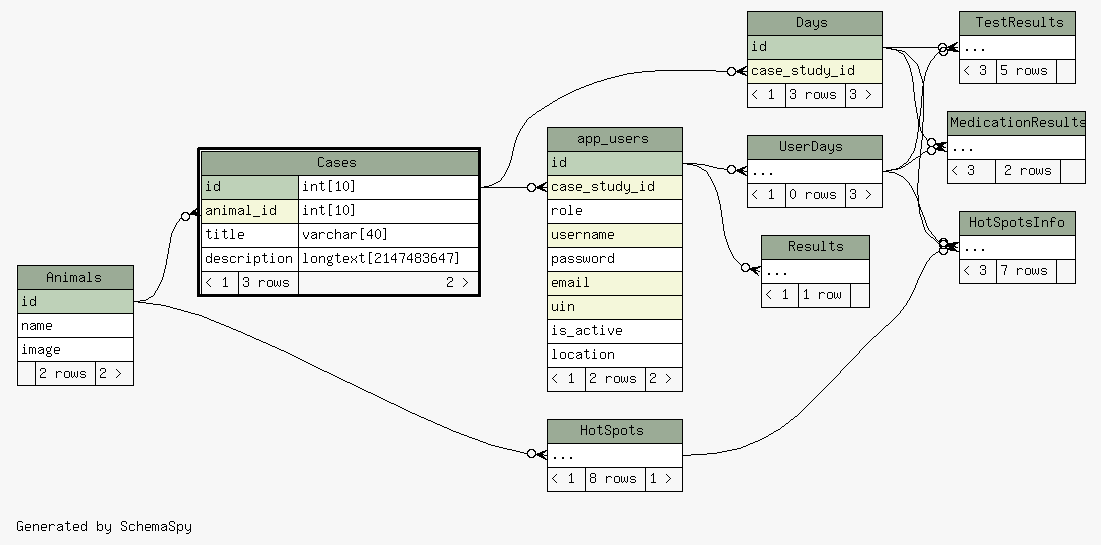
The Graphviz diagram web/files/schema/diagrams/Cases.2degrees.png in carrel2/CaseStudies, before a commit. Its source is kept beside it as web/files/schema/diagrams/Cases.2degrees.dot. Its diagram source:
```dot
digraph "twoDegreesRelationshipsDiagram" {
  graph [
    rankdir="RL"
    bgcolor="#f7f7f7"
    label="\nGenerated by SchemaSpy"
    labeljust="l"
    nodesep="0.18"
    ranksep="0.46"
    fontname="Helvetica"
    fontsize="11"
  ];
  node [
    fontname="Helvetica"
    fontsize="11"
    shape="plaintext"
  ];
  edge [
    arrowsize="0.8"
  ];
  "app_users":"case_study_id":w -> "Cases":"id.type":e [arrowhead=none dir=back arrowtail=crowodot];
  "Cases":"animal_id":w -> "Animals":"id":e [arrowhead=none dir=back arrowtail=crowodot];
  "Days":"case_study_id":w -> "Cases":"id.type":e [arrowhead=none dir=back arrowtail=crowodot];
  "HotSpots":"elipses":w -> "Animals":"id":e [arrowhead=none dir=back arrowtail=crowodot];
  "HotSpotsInfo":"elipses":w -> "Days":"id":e [arrowhead=none dir=back arrowtail=crowodot];
  "HotSpotsInfo":"elipses":w -> "HotSpots":"elipses":e [arrowhead=none dir=back arrowtail=crowodot];
  "HotSpotsInfo":"elipses":w -> "UserDays":"elipses":e [arrowhead=none dir=back arrowtail=crowodot];
  "MedicationResults":"elipses":w -> "Days":"id":e [arrowhead=none dir=back arrowtail=crowodot];
  "MedicationResults":"elipses":w -> "UserDays":"elipses":e [arrowhead=none dir=back arrowtail=crowodot];
  "Results":"elipses":w -> "app_users":"id":e [arrowhead=none dir=back arrowtail=crowodot];
  "TestResults":"elipses":w -> "Days":"id":e [arrowhead=none dir=back arrowtail=crowodot];
  "TestResults":"elipses":w -> "UserDays":"elipses":e [arrowhead=none dir=back arrowtail=crowodot];
  "UserDays":"elipses":w -> "app_users":"id":e [arrowhead=none dir=back arrowtail=crowodot];
  "Animals" [
    label=<
    <TABLE BORDER="0" CELLBORDER="1" CELLSPACING="0" BGCOLOR="#ffffff">
      <TR><TD COLSPAN="3" BGCOLOR="#9bab96" ALIGN="CENTER">Animals</TD></TR>
      <TR><TD PORT="id" COLSPAN="3" BGCOLOR="#bed1b8" ALIGN="LEFT">id</TD></TR>
      <TR><TD PORT="name" COLSPAN="3" ALIGN="LEFT">name</TD></TR>
      <TR><TD PORT="image" COLSPAN="3" ALIGN="LEFT">image</TD></TR>
      <TR><TD ALIGN="LEFT" BGCOLOR="#f7f7f7">  </TD><TD ALIGN="RIGHT" BGCOLOR="#f7f7f7">2 rows</TD><TD ALIGN="RIGHT" BGCOLOR="#f7f7f7">2 &gt;</TD></TR>
    </TABLE>>
    URL="Animals.html"
    tooltip="Animals"
  ];
  "app_users" [
    label=<
    <TABLE BORDER="0" CELLBORDER="1" CELLSPACING="0" BGCOLOR="#ffffff">
      <TR><TD COLSPAN="3" BGCOLOR="#9bab96" ALIGN="CENTER">app_users</TD></TR>
      <TR><TD PORT="id" COLSPAN="3" BGCOLOR="#bed1b8" ALIGN="LEFT">id</TD></TR>
      <TR><TD PORT="case_study_id" COLSPAN="3" BGCOLOR="#f4f7da" ALIGN="LEFT">case_study_id</TD></TR>
      <TR><TD PORT="role" COLSPAN="3" ALIGN="LEFT">role</TD></TR>
      <TR><TD PORT="username" COLSPAN="3" BGCOLOR="#f4f7da" ALIGN="LEFT">username</TD></TR>
      <TR><TD PORT="password" COLSPAN="3" ALIGN="LEFT">password</TD></TR>
      <TR><TD PORT="email" COLSPAN="3" BGCOLOR="#f4f7da" ALIGN="LEFT">email</TD></TR>
      <TR><TD PORT="uin" COLSPAN="3" BGCOLOR="#f4f7da" ALIGN="LEFT">uin</TD></TR>
      <TR><TD PORT="is_active" COLSPAN="3" ALIGN="LEFT">is_active</TD></TR>
      <TR><TD PORT="location" COLSPAN="3" ALIGN="LEFT">location</TD></TR>
      <TR><TD ALIGN="LEFT" BGCOLOR="#f7f7f7">&lt; 1</TD><TD ALIGN="RIGHT" BGCOLOR="#f7f7f7">2 rows</TD><TD ALIGN="RIGHT" BGCOLOR="#f7f7f7">2 &gt;</TD></TR>
    </TABLE>>
    URL="app_users.html"
    tooltip="app_users"
  ];
  "Cases" [
    label=<
    <TABLE BORDER="2" CELLBORDER="1" CELLSPACING="0" BGCOLOR="#ffffff">
      <TR><TD COLSPAN="3" BGCOLOR="#9bab96" ALIGN="CENTER">Cases</TD></TR>
      <TR><TD PORT="id" COLSPAN="2" BGCOLOR="#bed1b8" ALIGN="LEFT">id</TD><TD PORT="id.type" ALIGN="LEFT">int[10]</TD></TR>
      <TR><TD PORT="animal_id" COLSPAN="2" BGCOLOR="#f4f7da" ALIGN="LEFT">animal_id</TD><TD PORT="animal_id.type" ALIGN="LEFT">int[10]</TD></TR>
      <TR><TD PORT="title" COLSPAN="2" ALIGN="LEFT">title</TD><TD PORT="title.type" ALIGN="LEFT">varchar[40]</TD></TR>
      <TR><TD PORT="description" COLSPAN="2" ALIGN="LEFT">description</TD><TD PORT="description.type" ALIGN="LEFT">longtext[2147483647]</TD></TR>
      <TR><TD ALIGN="LEFT" BGCOLOR="#f7f7f7">&lt; 1</TD><TD ALIGN="RIGHT" BGCOLOR="#f7f7f7">3 rows</TD><TD ALIGN="RIGHT" BGCOLOR="#f7f7f7">2 &gt;</TD></TR>
    </TABLE>>
    URL="Cases.html"
    tooltip="Cases"
  ];
  "Days" [
    label=<
    <TABLE BORDER="0" CELLBORDER="1" CELLSPACING="0" BGCOLOR="#ffffff">
      <TR><TD COLSPAN="3" BGCOLOR="#9bab96" ALIGN="CENTER">Days</TD></TR>
      <TR><TD PORT="id" COLSPAN="3" BGCOLOR="#bed1b8" ALIGN="LEFT">id</TD></TR>
      <TR><TD PORT="case_study_id" COLSPAN="3" BGCOLOR="#f4f7da" ALIGN="LEFT">case_study_id</TD></TR>
      <TR><TD ALIGN="LEFT" BGCOLOR="#f7f7f7">&lt; 1</TD><TD ALIGN="RIGHT" BGCOLOR="#f7f7f7">3 rows</TD><TD ALIGN="RIGHT" BGCOLOR="#f7f7f7">3 &gt;</TD></TR>
    </TABLE>>
    URL="Days.html"
    tooltip="Days"
  ];
  "HotSpots" [
    label=<
    <TABLE BORDER="0" CELLBORDER="1" CELLSPACING="0" BGCOLOR="#ffffff">
      <TR><TD COLSPAN="3" BGCOLOR="#9bab96" ALIGN="CENTER">HotSpots</TD></TR>
      <TR><TD PORT="elipses" COLSPAN="3" ALIGN="LEFT">...</TD></TR>
      <TR><TD ALIGN="LEFT" BGCOLOR="#f7f7f7">&lt; 1</TD><TD ALIGN="RIGHT" BGCOLOR="#f7f7f7">8 rows</TD><TD ALIGN="RIGHT" BGCOLOR="#f7f7f7">1 &gt;</TD></TR>
    </TABLE>>
    URL="HotSpots.html"
    tooltip="HotSpots"
  ];
  "HotSpotsInfo" [
    label=<
    <TABLE BORDER="0" CELLBORDER="1" CELLSPACING="0" BGCOLOR="#ffffff">
      <TR><TD COLSPAN="3" BGCOLOR="#9bab96" ALIGN="CENTER">HotSpotsInfo</TD></TR>
      <TR><TD PORT="elipses" COLSPAN="3" ALIGN="LEFT">...</TD></TR>
      <TR><TD ALIGN="LEFT" BGCOLOR="#f7f7f7">&lt; 3</TD><TD ALIGN="RIGHT" BGCOLOR="#f7f7f7">7 rows</TD><TD ALIGN="RIGHT" BGCOLOR="#f7f7f7">  </TD></TR>
    </TABLE>>
    URL="HotSpotsInfo.html"
    tooltip="HotSpotsInfo"
  ];
  "MedicationResults" [
    label=<
    <TABLE BORDER="0" CELLBORDER="1" CELLSPACING="0" BGCOLOR="#ffffff">
      <TR><TD COLSPAN="3" BGCOLOR="#9bab96" ALIGN="CENTER">MedicationResults</TD></TR>
      <TR><TD PORT="elipses" COLSPAN="3" ALIGN="LEFT">...</TD></TR>
      <TR><TD ALIGN="LEFT" BGCOLOR="#f7f7f7">&lt; 3</TD><TD ALIGN="RIGHT" BGCOLOR="#f7f7f7">2 rows</TD><TD ALIGN="RIGHT" BGCOLOR="#f7f7f7">  </TD></TR>
    </TABLE>>
    URL="MedicationResults.html"
    tooltip="MedicationResults"
  ];
  "Results" [
    label=<
    <TABLE BORDER="0" CELLBORDER="1" CELLSPACING="0" BGCOLOR="#ffffff">
      <TR><TD COLSPAN="3" BGCOLOR="#9bab96" ALIGN="CENTER">Results</TD></TR>
      <TR><TD PORT="elipses" COLSPAN="3" ALIGN="LEFT">...</TD></TR>
      <TR><TD ALIGN="LEFT" BGCOLOR="#f7f7f7">&lt; 1</TD><TD ALIGN="RIGHT" BGCOLOR="#f7f7f7">1 row</TD><TD ALIGN="RIGHT" BGCOLOR="#f7f7f7">  </TD></TR>
    </TABLE>>
    URL="Results.html"
    tooltip="Results"
  ];
  "TestResults" [
    label=<
    <TABLE BORDER="0" CELLBORDER="1" CELLSPACING="0" BGCOLOR="#ffffff">
      <TR><TD COLSPAN="3" BGCOLOR="#9bab96" ALIGN="CENTER">TestResults</TD></TR>
      <TR><TD PORT="elipses" COLSPAN="3" ALIGN="LEFT">...</TD></TR>
      <TR><TD ALIGN="LEFT" BGCOLOR="#f7f7f7">&lt; 3</TD><TD ALIGN="RIGHT" BGCOLOR="#f7f7f7">5 rows</TD><TD ALIGN="RIGHT" BGCOLOR="#f7f7f7">  </TD></TR>
    </TABLE>>
    URL="TestResults.html"
    tooltip="TestResults"
  ];
  "UserDays" [
    label=<
    <TABLE BORDER="0" CELLBORDER="1" CELLSPACING="0" BGCOLOR="#ffffff">
      <TR><TD COLSPAN="3" BGCOLOR="#9bab96" ALIGN="CENTER">UserDays</TD></TR>
      <TR><TD PORT="elipses" COLSPAN="3" ALIGN="LEFT">...</TD></TR>
      <TR><TD ALIGN="LEFT" BGCOLOR="#f7f7f7">&lt; 1</TD><TD ALIGN="RIGHT" BGCOLOR="#f7f7f7">0 rows</TD><TD ALIGN="RIGHT" BGCOLOR="#f7f7f7">3 &gt;</TD></TR>
    </TABLE>>
    URL="UserDays.html"
    tooltip="UserDays"
  ];
}
```
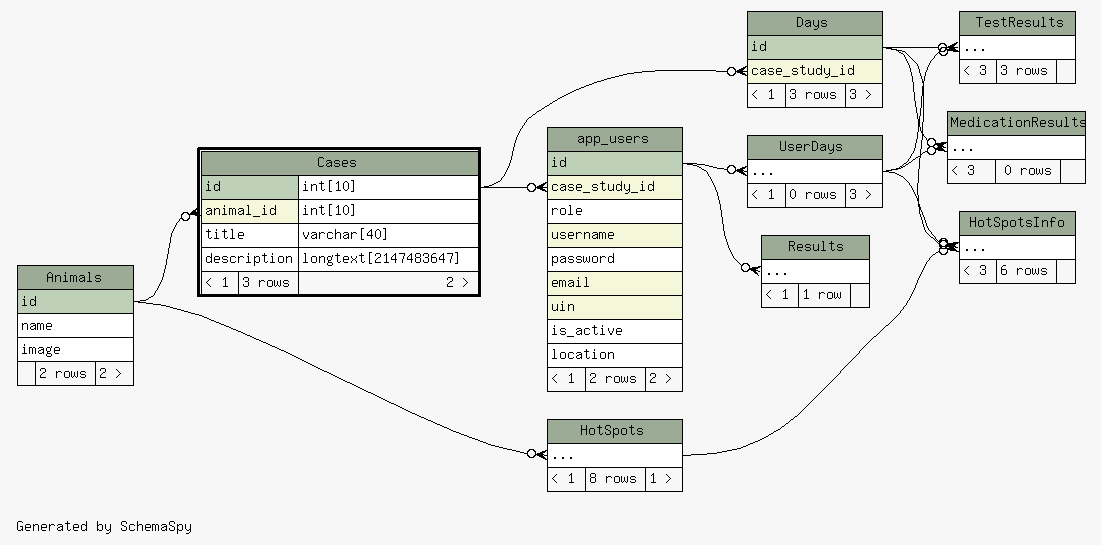
The same file after the commit.

Diff of the diagram source:
```diff
@@ -99,7 +99,7 @@
     <TABLE BORDER="0" CELLBORDER="1" CELLSPACING="0" BGCOLOR="#ffffff">
       <TR><TD COLSPAN="3" BGCOLOR="#9bab96" ALIGN="CENTER">HotSpotsInfo</TD></TR>
       <TR><TD PORT="elipses" COLSPAN="3" ALIGN="LEFT">...</TD></TR>
-      <TR><TD ALIGN="LEFT" BGCOLOR="#f7f7f7">&lt; 3</TD><TD ALIGN="RIGHT" BGCOLOR="#f7f7f7">7 rows</TD><TD ALIGN="RIGHT" BGCOLOR="#f7f7f7">  </TD></TR>
+      <TR><TD ALIGN="LEFT" BGCOLOR="#f7f7f7">&lt; 3</TD><TD ALIGN="RIGHT" BGCOLOR="#f7f7f7">6 rows</TD><TD ALIGN="RIGHT" BGCOLOR="#f7f7f7">  </TD></TR>
     </TABLE>>
     URL="HotSpotsInfo.html"
     tooltip="HotSpotsInfo"
@@ -109,7 +109,7 @@
     <TABLE BORDER="0" CELLBORDER="1" CELLSPACING="0" BGCOLOR="#ffffff">
       <TR><TD COLSPAN="3" BGCOLOR="#9bab96" ALIGN="CENTER">MedicationResults</TD></TR>
       <TR><TD PORT="elipses" COLSPAN="3" ALIGN="LEFT">...</TD></TR>
-      <TR><TD ALIGN="LEFT" BGCOLOR="#f7f7f7">&lt; 3</TD><TD ALIGN="RIGHT" BGCOLOR="#f7f7f7">2 rows</TD><TD ALIGN="RIGHT" BGCOLOR="#f7f7f7">  </TD></TR>
+      <TR><TD ALIGN="LEFT" BGCOLOR="#f7f7f7">&lt; 3</TD><TD ALIGN="RIGHT" BGCOLOR="#f7f7f7">0 rows</TD><TD ALIGN="RIGHT" BGCOLOR="#f7f7f7">  </TD></TR>
     </TABLE>>
     URL="MedicationResults.html"
     tooltip="MedicationResults"
@@ -129,7 +129,7 @@
     <TABLE BORDER="0" CELLBORDER="1" CELLSPACING="0" BGCOLOR="#ffffff">
       <TR><TD COLSPAN="3" BGCOLOR="#9bab96" ALIGN="CENTER">TestResults</TD></TR>
       <TR><TD PORT="elipses" COLSPAN="3" ALIGN="LEFT">...</TD></TR>
-      <TR><TD ALIGN="LEFT" BGCOLOR="#f7f7f7">&lt; 3</TD><TD ALIGN="RIGHT" BGCOLOR="#f7f7f7">5 rows</TD><TD ALIGN="RIGHT" BGCOLOR="#f7f7f7">  </TD></TR>
+      <TR><TD ALIGN="LEFT" BGCOLOR="#f7f7f7">&lt; 3</TD><TD ALIGN="RIGHT" BGCOLOR="#f7f7f7">3 rows</TD><TD ALIGN="RIGHT" BGCOLOR="#f7f7f7">  </TD></TR>
     </TABLE>>
     URL="TestResults.html"
     tooltip="TestResults"
```
